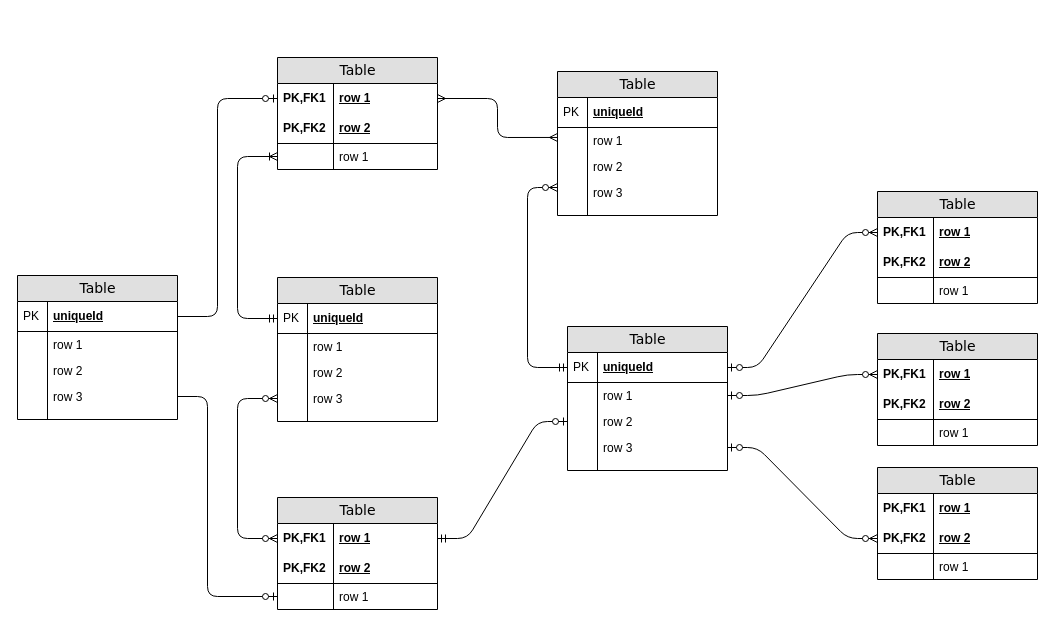
The draw.io diagram Diagrama sem nome.drawio in gabogaldino/JavaVulnApp, before the edit. Source tidied: cells renumbered, new cells numbered last; positions are measured from the earlier drawing's top-left corner, leaving out a move shared by most shapes. Both pictures are drawn from the tidied source at 100%, with x=0, y=0 at pixel (17, 57).
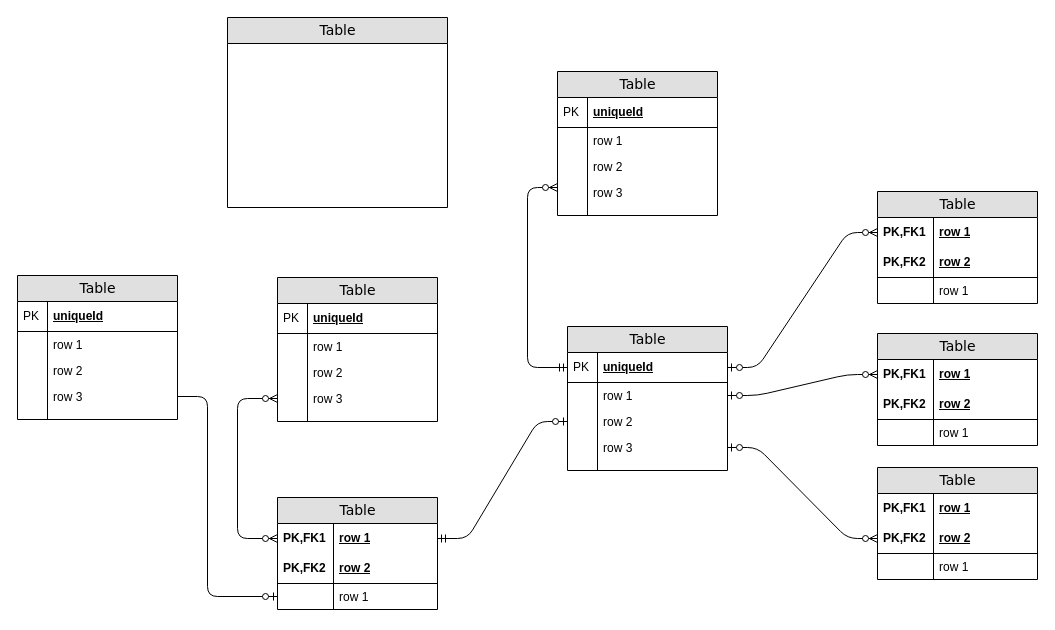
Above is the later version.

The change refers to these unchanged cells:
```xml
<mxCell id="12" value="row 1" style="shape=partialRectangle;top=0;left=0;right=0;bottom=0;html=1;align=left;verticalAlign=top;fillColor=none;spacingLeft=34;spacingRight=4;whiteSpace=wrap;overflow=hidden;points=[[0,0.5],[1,0.5]];portConstraint=eastwest;" parent="9" vertex="1">
  <mxGeometry y="56" width="160" height="26" as="geometry" />
</mxCell>
<mxCell id="21" value="uniqueId" style="shape=partialRectangle;top=0;left=0;right=0;bottom=1;html=1;align=left;verticalAlign=middle;fillColor=none;spacingLeft=34;spacingRight=4;whiteSpace=wrap;overflow=hidden;points=[[0,0.5],[1,0.5]];portConstraint=eastwest;fontStyle=5;" parent="20" vertex="1">
  <mxGeometry y="26" width="160" height="30" as="geometry" />
</mxCell>
<mxCell id="79" value="uniqueId" style="shape=partialRectangle;top=0;left=0;right=0;bottom=1;html=1;align=left;verticalAlign=middle;fillColor=none;spacingLeft=34;spacingRight=4;whiteSpace=wrap;overflow=hidden;points=[[0,0.5],[1,0.5]];portConstraint=eastwest;fontStyle=5;" parent="78" vertex="1">
  <mxGeometry y="26" width="160" height="30" as="geometry" />
</mxCell>
```

What changed in the source:
```diff
@@
     <mxCell id="2" value="Table" style="swimlane;html=1;fontStyle=0;horizontal=1;startSize=26;fillColor=#e0e0e0;swimlaneFillColor=#ffffff;align=center;rounded=0;shadow=0;comic=0;labelBackgroundColor=none;strokeWidth=1;fontFamily=Verdana;fontSize=14;" parent="1" vertex="1">
-      <mxGeometry x="260" width="160" height="112" as="geometry" />
+      <mxGeometry x="210" y="-40" width="220" height="190" as="geometry" />
     </mxCell>
-    <mxCell id="3" value="row 1" style="shape=partialRectangle;top=0;left=0;right=0;bottom=0;html=1;align=left;verticalAlign=middle;fillColor=none;spacingLeft=60;spacingRight=4;whiteSpace=wrap;overflow=hidden;points=[[0,0.5],[1,0.5]];portConstraint=eastwest;fontStyle=5;" parent="2" vertex="1">
-      <mxGeometry y="26" width="160" height="30" as="geometry" />
-    </mxCell>
-    <mxCell id="4" value="PK,FK1" style="shape=partialRectangle;fontStyle=1;top=0;left=0;bottom=0;html=1;fillColor=none;align=left;verticalAlign=middle;spacingLeft=4;spacingRight=4;whiteSpace=wrap;overflow=hidden;" parent="3" vertex="1">
-      <mxGeometry width="56" height="30" as="geometry" />
-    </mxCell>
-    <mxCell id="5" value="row 2" style="shape=partialRectangle;top=0;left=0;right=0;bottom=1;html=1;align=left;verticalAlign=middle;fillColor=none;spacingLeft=60;spacingRight=4;whiteSpace=wrap;overflow=hidden;fontStyle=5;" parent="2" vertex="1">
-      <mxGeometry y="56" width="160" height="30" as="geometry" />
-    </mxCell>
-    <mxCell id="6" value="PK,FK2" style="shape=partialRectangle;fontStyle=1;top=0;left=0;bottom=0;html=1;fillColor=none;align=left;verticalAlign=middle;spacingLeft=4;spacingRight=4;whiteSpace=wrap;overflow=hidden;" parent="5" vertex="1">
-      <mxGeometry width="56" height="30" as="geometry" />
-    </mxCell>
-    <mxCell id="7" value="row 1" style="shape=partialRectangle;top=0;left=0;right=0;bottom=0;html=1;align=left;verticalAlign=top;fillColor=none;spacingLeft=60;spacingRight=4;whiteSpace=wrap;overflow=hidden;points=[[0,0.5],[1,0.5]];portConstraint=eastwest;" parent="2" vertex="1">
-      <mxGeometry y="86" width="160" height="26" as="geometry" />
-    </mxCell>
-    <mxCell id="8" style="shape=partialRectangle;top=0;left=0;bottom=0;html=1;fillColor=none;align=left;verticalAlign=top;spacingLeft=4;spacingRight=4;whiteSpace=wrap;overflow=hidden;" parent="7" vertex="1">
-      <mxGeometry width="56" height="26" as="geometry" />
-    </mxCell>
@@
-    <mxCell id="56" style="edgeStyle=orthogonalEdgeStyle;html=1;endArrow=ERoneToMany;startArrow=ERmandOne;labelBackgroundColor=none;fontFamily=Verdana;fontSize=14;entryX=0;entryY=0.5;exitX=0;exitY=0.5;" parent="1" edge="1" source="21" target="7">
-      <mxGeometry relative="1" as="geometry">
-        <Array as="points">
-          <mxPoint x="220" y="261" />
-          <mxPoint x="220" y="99" />
-        </Array>
-      </mxGeometry>
-    </mxCell>
@@
-    <mxCell id="58" style="edgeStyle=orthogonalEdgeStyle;html=1;endArrow=ERmany;startArrow=ERmany;labelBackgroundColor=none;fontFamily=Verdana;fontSize=14;entryX=1;entryY=0.5;exitX=0;exitY=0.383;exitPerimeter=0;" parent="1" edge="1" source="12" target="3">
-      <mxGeometry relative="1" as="geometry">
-        <Array as="points">
-          <mxPoint x="480" y="80" />
-          <mxPoint x="480" y="41" />
-        </Array>
-      </mxGeometry>
-    </mxCell>
@@
-    <mxCell id="89" style="edgeStyle=orthogonalEdgeStyle;html=1;endArrow=ERzeroToOne;endFill=1;labelBackgroundColor=none;fontFamily=Verdana;fontSize=14;entryX=0;entryY=0.5;exitX=1;exitY=0.5;" parent="1" edge="1" source="79" target="3">
-      <mxGeometry relative="1" as="geometry">
-        <Array as="points">
-          <mxPoint x="200" y="259" />
-          <mxPoint x="200" y="41" />
-        </Array>
-      </mxGeometry>
-    </mxCell>
```
